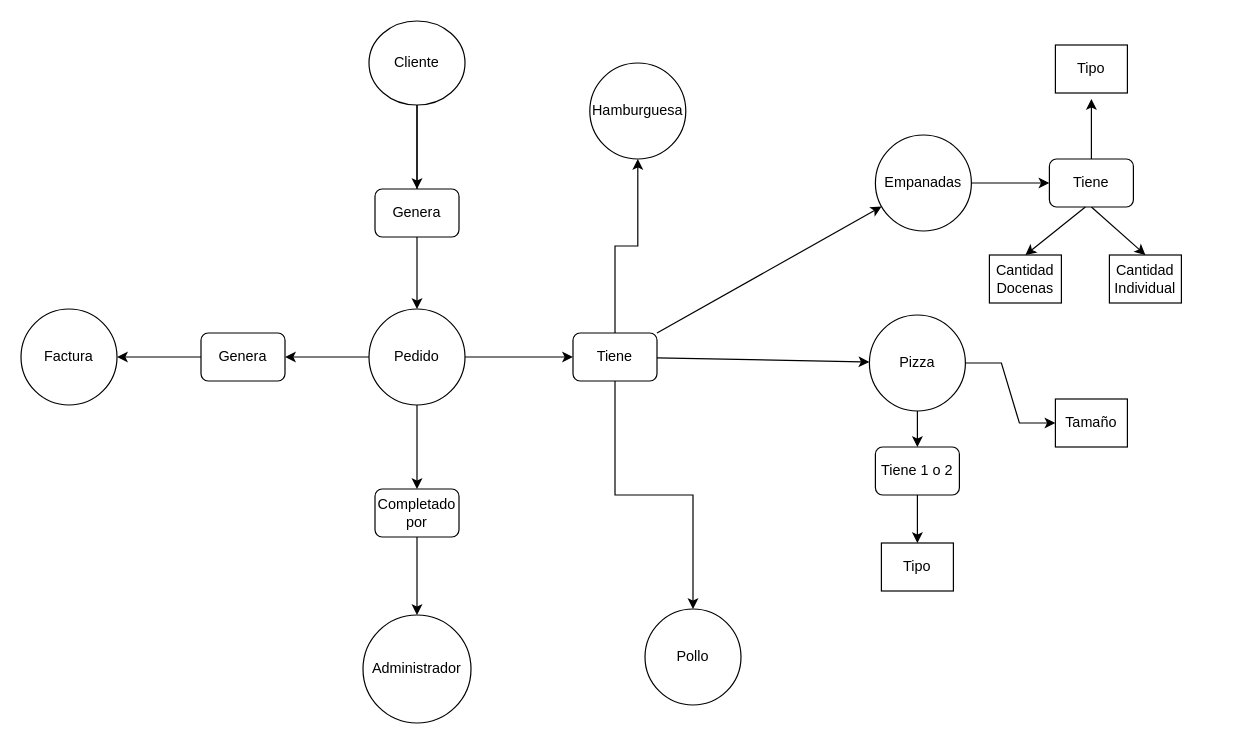
This is Delivery.drawio from RailGun15/Programacion3-UTN, a draw.io file, before an edit. Source tidied: cells renumbered, new cells numbered last; positions are measured from the earlier drawing's top-left corner, leaving out a move shared by most shapes. Both pictures are drawn from the tidied source at 120%, with x=0, y=0 at pixel (20, 20).
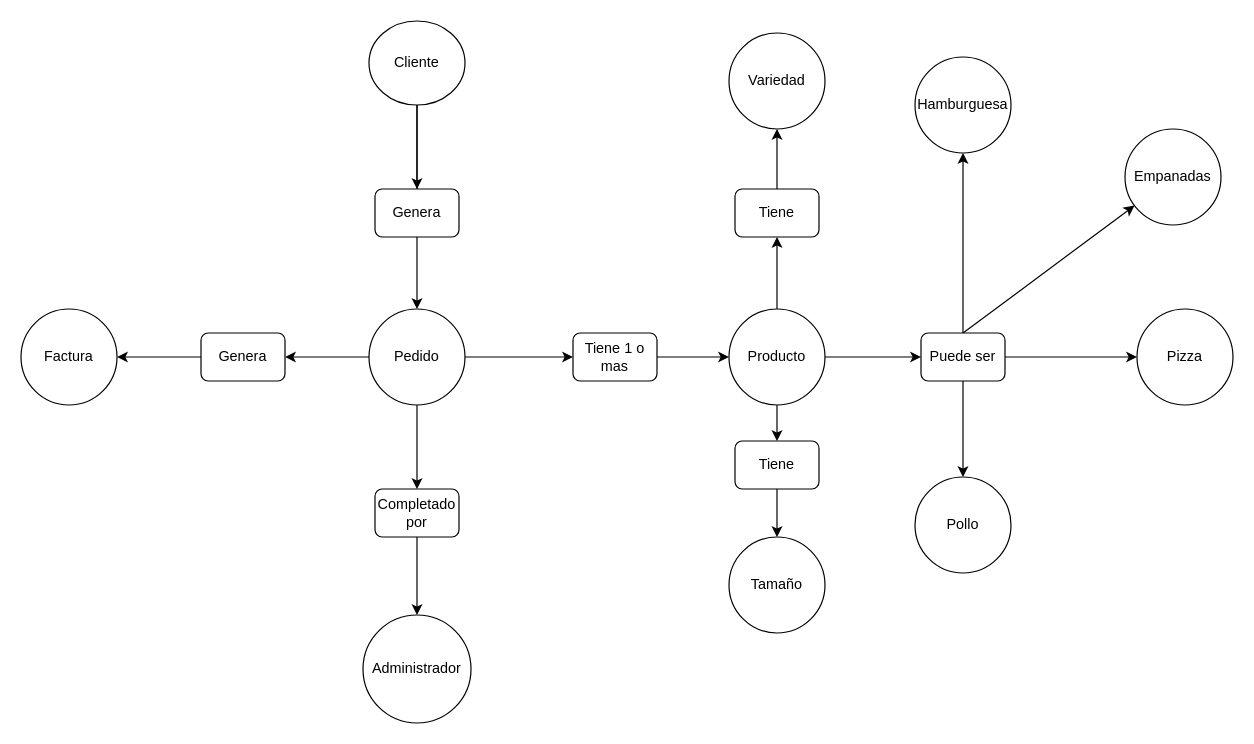
The same page after the edit.

The edit, as a diff of the source:
```diff
@@
-    <mxCell id="11" style="edgeStyle=none;rounded=0;jettySize=auto;html=1;" parent="1" edge="1" source="14" target="17">
-      <mxGeometry relative="1" as="geometry" />
-    </mxCell>
-    <mxCell id="12" style="edgeStyle=orthogonalEdgeStyle;rounded=0;jettySize=auto;html=1;entryX=0.5;entryY=1;entryDx=0;entryDy=0;" parent="1" edge="1" source="14" target="39">
+    <mxCell id="12" style="rounded=0;jettySize=auto;html=1;entryX=0.5;entryY=1;entryDx=0;entryDy=0;exitX=0.5;exitY=0;exitDx=0;exitDy=0;" parent="1" edge="1" source="44" target="39">
       <mxGeometry relative="1" as="geometry" />
     </mxCell>
-    <mxCell id="13" style="edgeStyle=orthogonalEdgeStyle;rounded=0;jettySize=auto;html=1;entryX=0.5;entryY=0;entryDx=0;entryDy=0;" parent="1" edge="1" source="14" target="40">
-      <mxGeometry relative="1" as="geometry" />
-    </mxCell>
-    <mxCell id="14" value="Tiene" style="rounded=1;whiteSpace=wrap;html=1;" parent="1" vertex="1">
+    <mxCell id="14" value="Tiene 1 o mas" style="rounded=1;whiteSpace=wrap;html=1;" parent="1" vertex="1">
       <mxGeometry x="460" y="260" width="70" height="40" as="geometry" />
     </mxCell>
-    <mxCell id="15" style="edgeStyle=none;rounded=0;jettySize=auto;html=1;entryX=0.5;entryY=0;entryDx=0;entryDy=0;startArrow=none;startFill=0;endArrow=classic;endFill=1;" parent="1" edge="1" source="17" target="19">
-      <mxGeometry relative="1" as="geometry" />
-    </mxCell>
-    <mxCell id="16" style="edgeStyle=entityRelationEdgeStyle;rounded=0;jettySize=auto;html=1;entryX=0;entryY=0.5;entryDx=0;entryDy=0;startArrow=none;startFill=0;endArrow=classic;endFill=1;" parent="1" edge="1" source="17" target="35">
-      <mxGeometry relative="1" as="geometry" />
-    </mxCell>
     <mxCell id="17" value="Pizza" style="ellipse;whiteSpace=wrap;html=1;" parent="1" vertex="1">
-      <mxGeometry x="707" y="245" width="80" height="80" as="geometry" />
+      <mxGeometry x="930" y="240" width="80" height="80" as="geometry" />
     </mxCell>
-    <mxCell id="18" style="edgeStyle=entityRelationEdgeStyle;jettySize=auto;html=1;entryX=0;entryY=0.5;entryDx=0;entryDy=0;startArrow=none;startFill=0;endArrow=classic;endFill=1;exitX=1;exitY=0.5;exitDx=0;exitDy=0;strokeColor=none;rounded=0;" parent="1" edge="1" source="17" target="35">
-      <mxGeometry relative="1" as="geometry" />
-    </mxCell>
-    <mxCell id="19" value="Tiene 1 o 2" style="rounded=1;whiteSpace=wrap;html=1;" parent="1" vertex="1">
-      <mxGeometry x="712" y="355" width="70" height="40" as="geometry" />
-    </mxCell>
-    <mxCell id="20" style="edgeStyle=none;rounded=0;jettySize=auto;html=1;entryX=1;entryY=0;entryDx=0;entryDy=0;startArrow=classic;startFill=1;endArrow=none;endFill=0;" parent="1" edge="1" source="22" target="14">
+    <mxCell id="20" style="edgeStyle=none;rounded=0;jettySize=auto;html=1;entryX=0.5;entryY=0;entryDx=0;entryDy=0;startArrow=classic;startFill=1;endArrow=none;endFill=0;" parent="1" edge="1" source="22" target="44">
       <mxGeometry relative="1" as="geometry" />
     </mxCell>
-    <mxCell id="21" style="edgeStyle=none;rounded=0;jettySize=auto;html=1;entryX=0;entryY=0.5;entryDx=0;entryDy=0;startArrow=none;startFill=0;endArrow=classic;endFill=1;" parent="1" edge="1" source="22" target="24">
-      <mxGeometry relative="1" as="geometry" />
-    </mxCell>
     <mxCell id="22" value="Empanadas" style="ellipse;whiteSpace=wrap;html=1;" parent="1" vertex="1">
-      <mxGeometry x="712" y="95" width="80" height="80" as="geometry" />
+      <mxGeometry x="920" y="90" width="80" height="80" as="geometry" />
     </mxCell>
-    <mxCell id="23" style="rounded=0;jettySize=auto;html=1;entryX=0.5;entryY=0;entryDx=0;entryDy=0;startArrow=none;startFill=0;endArrow=classic;endFill=1;exitX=0.5;exitY=1;exitDx=0;exitDy=0;" parent="1" edge="1" source="24" target="38">
-      <mxGeometry relative="1" as="geometry" />
-    </mxCell>
-    <mxCell id="24" value="Tiene" style="rounded=1;whiteSpace=wrap;html=1;" parent="1" vertex="1">
-      <mxGeometry x="857" y="115" width="70" height="40" as="geometry" />
-    </mxCell>
-    <mxCell id="25" style="edgeStyle=none;rounded=0;jettySize=auto;html=1;entryX=0.5;entryY=1;entryDx=0;entryDy=0;startArrow=none;startFill=0;endArrow=classic;endFill=1;exitX=0.5;exitY=0;exitDx=0;exitDy=0;" parent="1" edge="1" source="24">
-      <mxGeometry relative="1" as="geometry">
-        <mxPoint x="892" y="65" as="targetPoint" />
-      </mxGeometry>
-    </mxCell>
-    <mxCell id="26" style="edgeStyle=none;rounded=0;jettySize=auto;html=1;entryX=0.5;entryY=0;entryDx=0;entryDy=0;startArrow=none;startFill=0;endArrow=classic;endFill=1;" parent="1" edge="1" target="33">
-      <mxGeometry relative="1" as="geometry">
-        <mxPoint x="887" y="155" as="sourcePoint" />
-      </mxGeometry>
-    </mxCell>
@@
-    <mxCell id="33" value="&lt;span&gt;Cantidad Docenas&lt;/span&gt;" style="rounded=0;whiteSpace=wrap;html=1;gradientColor=none;" parent="1" vertex="1">
-      <mxGeometry x="807" y="195" width="60" height="40" as="geometry" />
-    </mxCell>
-    <mxCell id="34" value="&lt;span&gt;Tipo&lt;/span&gt;" style="rounded=0;whiteSpace=wrap;html=1;gradientColor=none;" parent="1" vertex="1">
-      <mxGeometry x="862" y="20" width="60" height="40" as="geometry" />
-    </mxCell>
-    <mxCell id="35" value="Tamaño" style="rounded=0;whiteSpace=wrap;html=1;gradientColor=none;" parent="1" vertex="1">
-      <mxGeometry x="862" y="315" width="60" height="40" as="geometry" />
-    </mxCell>
-    <mxCell id="36" value="&lt;span&gt;Tipo&lt;/span&gt;" style="rounded=0;whiteSpace=wrap;html=1;gradientColor=none;" parent="1" vertex="1">
-      <mxGeometry x="717" y="435" width="60" height="40" as="geometry" />
-    </mxCell>
-    <mxCell id="37" style="edgeStyle=none;rounded=0;jettySize=auto;html=1;entryX=0.5;entryY=0;entryDx=0;entryDy=0;startArrow=none;startFill=0;endArrow=classic;endFill=1;" parent="1" edge="1" source="19" target="36">
-      <mxGeometry relative="1" as="geometry" />
-    </mxCell>
-    <mxCell id="38" value="&lt;span&gt;Cantidad Individual&lt;/span&gt;" style="rounded=0;whiteSpace=wrap;html=1;gradientColor=none;" parent="1" vertex="1">
-      <mxGeometry x="907" y="195" width="60" height="40" as="geometry" />
-    </mxCell>
     <mxCell id="39" value="Hamburguesa" style="ellipse;whiteSpace=wrap;html=1;" parent="1" vertex="1">
-      <mxGeometry x="474" y="35" width="80" height="80" as="geometry" />
+      <mxGeometry x="745" y="30" width="80" height="80" as="geometry" />
     </mxCell>
     <mxCell id="40" value="Pollo" style="ellipse;whiteSpace=wrap;html=1;" parent="1" vertex="1">
-      <mxGeometry x="520" y="490" width="80" height="80" as="geometry" />
+      <mxGeometry x="745" y="380" width="80" height="80" as="geometry" />
     </mxCell>
+    <mxCell id="41" style="edgeStyle=none;rounded=0;jettySize=auto;html=1;entryX=0;entryY=0.5;entryDx=0;entryDy=0;" parent="1" edge="1" source="42" target="44">
+      <mxGeometry relative="1" as="geometry" />
+    </mxCell>
+    <mxCell id="42" value="Producto" style="ellipse;whiteSpace=wrap;html=1;" parent="1" vertex="1">
+      <mxGeometry x="590" y="240" width="80" height="80" as="geometry" />
+    </mxCell>
+    <mxCell id="43" style="edgeStyle=none;rounded=0;jettySize=auto;html=1;" parent="1" edge="1" source="14" target="42">
+      <mxGeometry relative="1" as="geometry" />
+    </mxCell>
+    <mxCell id="44" value="Puede ser" style="rounded=1;whiteSpace=wrap;html=1;" parent="1" vertex="1">
+      <mxGeometry x="750" y="260" width="70" height="40" as="geometry" />
+    </mxCell>
+    <mxCell id="45" style="edgeStyle=none;rounded=0;jettySize=auto;html=1;entryX=0;entryY=0.5;entryDx=0;entryDy=0;exitX=1;exitY=0.5;exitDx=0;exitDy=0;" parent="1" edge="1" source="44" target="17">
+      <mxGeometry relative="1" as="geometry" />
+    </mxCell>
+    <mxCell id="46" style="edgeStyle=none;rounded=0;jettySize=auto;html=1;entryX=0.5;entryY=0;entryDx=0;entryDy=0;exitX=0.5;exitY=1;exitDx=0;exitDy=0;" parent="1" edge="1" source="44" target="40">
+      <mxGeometry relative="1" as="geometry" />
+    </mxCell>
+    <mxCell id="47" value="Tiene" style="rounded=1;whiteSpace=wrap;html=1;" parent="1" vertex="1">
+      <mxGeometry x="595" y="140" width="70" height="40" as="geometry" />
+    </mxCell>
+    <mxCell id="48" style="rounded=0;jettySize=auto;html=1;entryX=0.5;entryY=1;entryDx=0;entryDy=0;exitX=0.5;exitY=0;exitDx=0;exitDy=0;" parent="1" edge="1" source="42" target="47">
+      <mxGeometry relative="1" as="geometry" />
+    </mxCell>
+    <mxCell id="49" value="Variedad" style="ellipse;whiteSpace=wrap;html=1;" parent="1" vertex="1">
+      <mxGeometry x="590" y="10" width="80" height="80" as="geometry" />
+    </mxCell>
+    <mxCell id="50" style="rounded=0;jettySize=auto;html=1;entryX=0.5;entryY=1;entryDx=0;entryDy=0;exitX=0.5;exitY=0;exitDx=0;exitDy=0;" parent="1" edge="1" source="47" target="49">
+      <mxGeometry relative="1" as="geometry" />
+    </mxCell>
+    <mxCell id="51" value="Tiene" style="rounded=1;whiteSpace=wrap;html=1;" parent="1" vertex="1">
+      <mxGeometry x="595" y="350" width="70" height="40" as="geometry" />
+    </mxCell>
+    <mxCell id="35" value="Tamaño" style="ellipse;whiteSpace=wrap;html=1;" parent="1" vertex="1">
+      <mxGeometry x="590" y="430" width="80" height="80" as="geometry" />
+    </mxCell>
+    <mxCell id="52" style="edgeStyle=none;rounded=0;jettySize=auto;html=1;entryX=0.5;entryY=0;entryDx=0;entryDy=0;exitX=0.5;exitY=1;exitDx=0;exitDy=0;" parent="1" edge="1" source="42" target="51">
+      <mxGeometry relative="1" as="geometry" />
+    </mxCell>
+    <mxCell id="53" style="edgeStyle=none;rounded=0;jettySize=auto;html=1;entryX=0.5;entryY=0;entryDx=0;entryDy=0;exitX=0.5;exitY=1;exitDx=0;exitDy=0;" parent="1" edge="1" source="51" target="35">
+      <mxGeometry relative="1" as="geometry" />
+    </mxCell>
```
